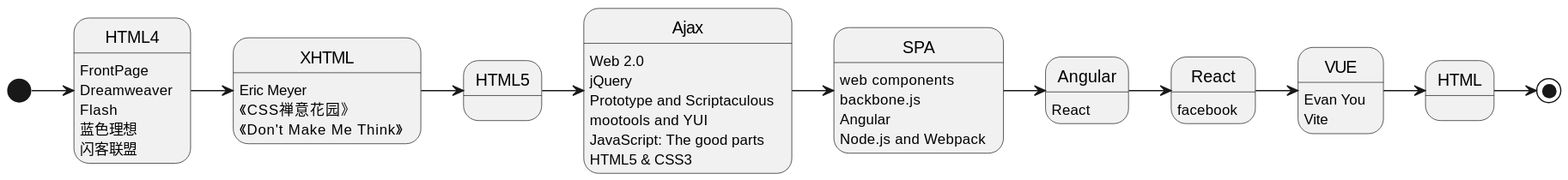
The PlantUML diagram docs/static/img/html-memoir.svg in kaffa/kaffa, before a commit.
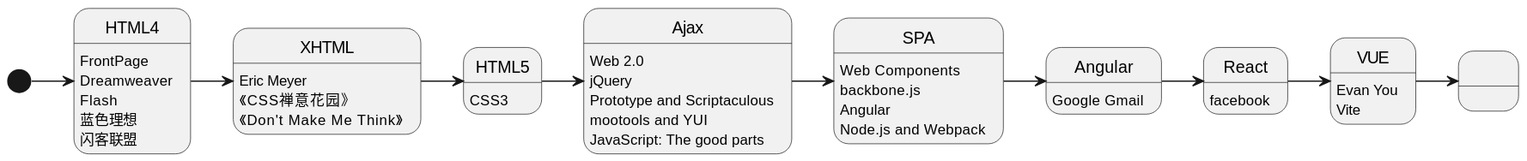
Above is the later version.

What changed in the source:
```diff
@@ -7,8 +7,7 @@
 SPA -> Angular
 Angular -> React
 React -> VUE
-VUE -> HTML
-HTML -> [*]
+VUE -> ...
 
 HTML4: FrontPage
 HTML4: Dreamweaver
@@ -18,17 +17,17 @@
 XHTML: Eric Meyer
 XHTML: 《CSS禅意花园》
 XHTML: 《Don't Make Me Think》
+HTML5: CSS3
 Ajax: Web 2.0
 Ajax: jQuery
 Ajax: Prototype and Scriptaculous
 Ajax: mootools and YUI
 Ajax: JavaScript: The good parts
-Ajax: HTML5 & CSS3
-SPA: web components
+SPA: Web Components
 SPA: backbone.js
 SPA: Angular
 SPA: Node.js and Webpack
-Angular: React
+Angular: Google Gmail
 React: facebook
 VUE: Evan You
 VUE: Vite
```
